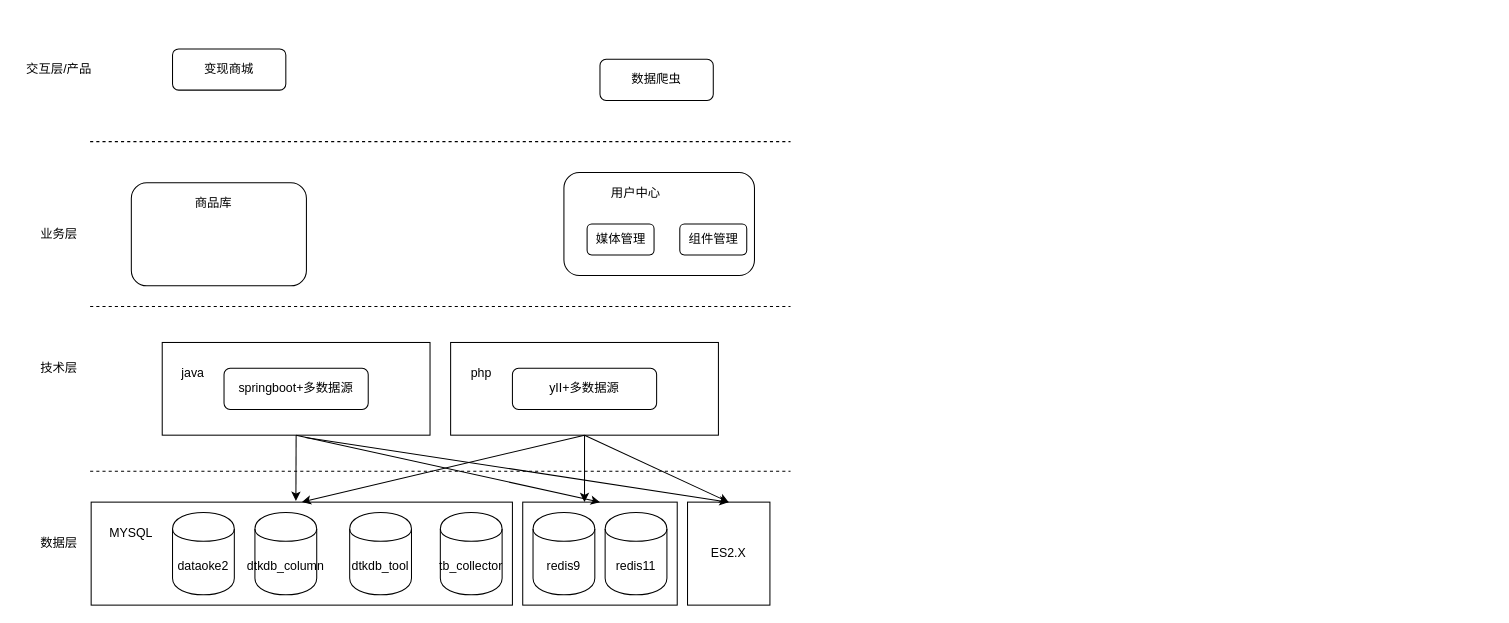
Before: 1.drawio in sevenDay2014/dtk, a draw.io diagram. Source tidied: cells renumbered, new cells numbered last; positions are measured from the earlier drawing's top-left corner, leaving out a move shared by most shapes. Both pictures are drawn from the tidied source at 103%, with x=0, y=0 at pixel (18, 48).
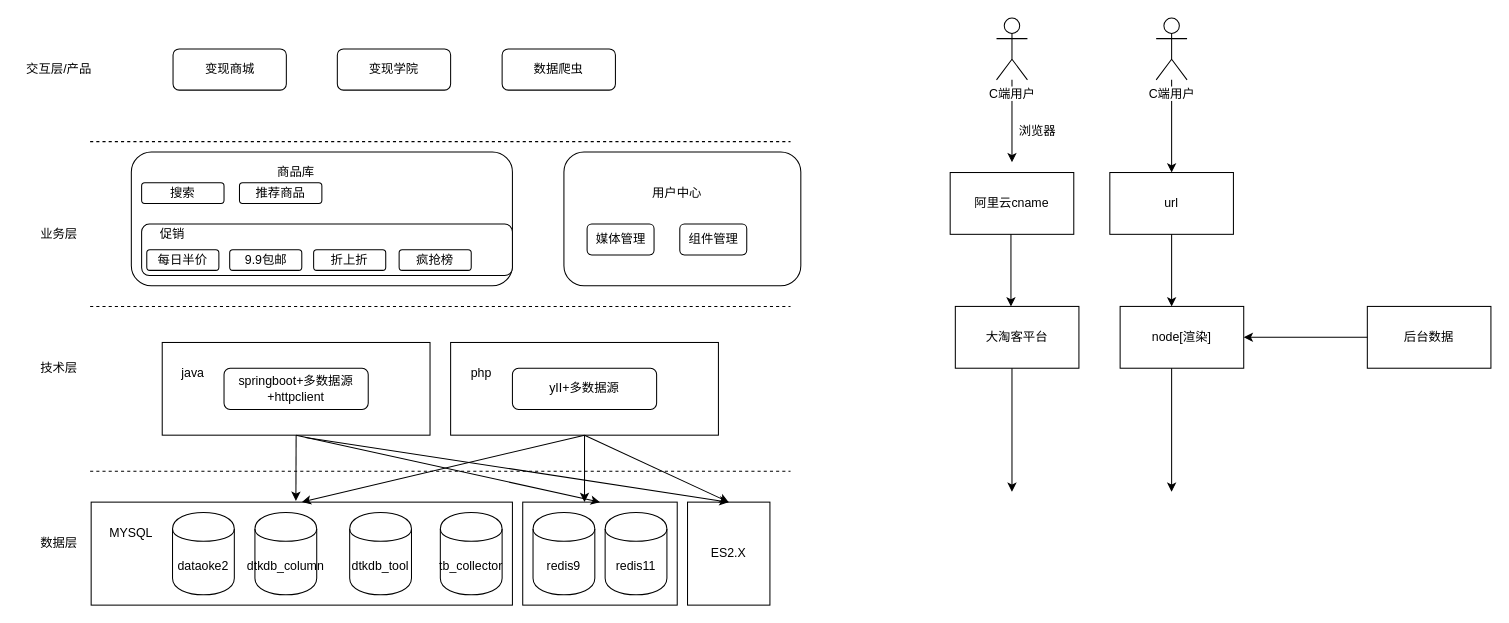
The same page after the edit.

Commit message:
v1.0.0-feature:cname的解析

What changed in the source:
```diff
@@
     <mxCell id="13" value="数据爬虫" style="rounded=1;whiteSpace=wrap;html=1;" parent="1" vertex="1">
-      <mxGeometry x="565" y="10" width="110" height="40" as="geometry" />
+      <mxGeometry x="470" width="110" height="40" as="geometry" />
     </mxCell>
     <mxCell id="14" value="变现商城" style="rounded=1;whiteSpace=wrap;html=1;" parent="1" vertex="1">
-      <mxGeometry x="150" width="110" height="40" as="geometry" />
+      <mxGeometry x="150.5" width="110" height="40" as="geometry" />
     </mxCell>
     <mxCell id="15" style="rounded=1;whiteSpace=wrap;html=1;" parent="1" vertex="1">
-      <mxGeometry x="530" y="120" width="185" height="100" as="geometry" />
+      <mxGeometry x="530" y="100" width="230" height="130" as="geometry" />
     </mxCell>
@@
-    <mxCell id="19" value="springboot+多数据源" style="rounded=1;whiteSpace=wrap;html=1;" parent="1" vertex="1">
+    <mxCell id="19" value="springboot+多数据源+httpclient" style="rounded=1;whiteSpace=wrap;html=1;" parent="1" vertex="1">
       <mxGeometry x="200" y="310" width="140" height="40" as="geometry" />
     </mxCell>
@@
     <mxCell id="27" style="rounded=1;whiteSpace=wrap;html=1;labelPosition=center;verticalLabelPosition=middle;align=center;verticalAlign=middle;" parent="1" vertex="1">
-      <mxGeometry x="110" y="130" width="170" height="100" as="geometry" />
+      <mxGeometry x="110" y="100" width="370" height="130" as="geometry" />
     </mxCell>
@@
     <mxCell id="35" value="商品库" style="text;html=1;strokeColor=none;fillColor=none;align=center;verticalAlign=middle;whiteSpace=wrap;rounded=0;" parent="1" vertex="1">
-      <mxGeometry x="170" y="140" width="40" height="20" as="geometry" />
+      <mxGeometry x="250" y="110" width="40" height="20" as="geometry" />
     </mxCell>
     <mxCell id="36" value="用户中心" style="text;html=1;strokeColor=none;fillColor=none;align=center;verticalAlign=middle;whiteSpace=wrap;rounded=0;" parent="1" vertex="1">
-      <mxGeometry x="570" y="130" width="60" height="20" as="geometry" />
+      <mxGeometry x="610" y="130" width="60" height="20" as="geometry" />
     </mxCell>
@@
+    <mxCell id="39" value="变现学院" style="rounded=1;whiteSpace=wrap;html=1;" parent="1" vertex="1">
+      <mxGeometry x="310" width="110" height="40" as="geometry" />
+    </mxCell>
+    <mxCell id="40" value="搜索" style="rounded=1;whiteSpace=wrap;html=1;" parent="1" vertex="1">
+      <mxGeometry x="120" y="130" width="80" height="20" as="geometry" />
+    </mxCell>
+    <mxCell id="41" style="rounded=1;whiteSpace=wrap;html=1;" parent="1" vertex="1">
+      <mxGeometry x="120" y="170" width="360" height="50" as="geometry" />
+    </mxCell>
+    <mxCell id="42" value="促销" style="text;html=1;strokeColor=none;fillColor=none;align=center;verticalAlign=middle;whiteSpace=wrap;rounded=0;" parent="1" vertex="1">
+      <mxGeometry x="130" y="170" width="40" height="20" as="geometry" />
+    </mxCell>
+    <mxCell id="43" value="每日半价" style="rounded=1;whiteSpace=wrap;html=1;" parent="1" vertex="1">
+      <mxGeometry x="125" y="195" width="70" height="20" as="geometry" />
+    </mxCell>
+    <mxCell id="44" value="9.9包邮" style="rounded=1;whiteSpace=wrap;html=1;" parent="1" vertex="1">
+      <mxGeometry x="205.5" y="195" width="70" height="20" as="geometry" />
+    </mxCell>
+    <mxCell id="45" value="折上折" style="rounded=1;whiteSpace=wrap;html=1;" parent="1" vertex="1">
+      <mxGeometry x="287" y="195" width="70" height="20" as="geometry" />
+    </mxCell>
+    <mxCell id="46" value="疯抢榜" style="rounded=1;whiteSpace=wrap;html=1;" parent="1" vertex="1">
+      <mxGeometry x="370" y="195" width="70" height="20" as="geometry" />
+    </mxCell>
+    <mxCell id="47" value="推荐商品" style="rounded=1;whiteSpace=wrap;html=1;" parent="1" vertex="1">
+      <mxGeometry x="215" y="130" width="80" height="20" as="geometry" />
+    </mxCell>
+    <mxCell id="48" style="edgeStyle=orthogonalEdgeStyle;rounded=0;jettySize=auto;html=1;" parent="1" edge="1" source="49">
+      <mxGeometry relative="1" as="geometry">
+        <mxPoint x="965" y="110" as="targetPoint" />
+      </mxGeometry>
+    </mxCell>
+    <mxCell id="49" value="C端用户" style="shape=umlActor;verticalLabelPosition=bottom;labelBackgroundColor=#ffffff;verticalAlign=top;html=1;outlineConnect=0;" parent="1" vertex="1">
+      <mxGeometry x="950" y="-30" width="30" height="60" as="geometry" />
+    </mxCell>
+    <mxCell id="50" value="阿里云cname" style="rounded=0;whiteSpace=wrap;html=1;" parent="1" vertex="1">
+      <mxGeometry x="905" y="120" width="120" height="60" as="geometry" />
+    </mxCell>
+    <mxCell id="51" value="浏览器" style="text;html=1;strokeColor=none;fillColor=none;align=center;verticalAlign=middle;whiteSpace=wrap;rounded=0;" parent="1" vertex="1">
+      <mxGeometry x="970" y="70" width="40" height="20" as="geometry" />
+    </mxCell>
+    <mxCell id="52" value="大淘客平台" style="rounded=0;whiteSpace=wrap;html=1;" parent="1" vertex="1">
+      <mxGeometry x="910" y="250" width="120" height="60" as="geometry" />
+    </mxCell>
+    <mxCell id="53" style="edgeStyle=orthogonalEdgeStyle;rounded=0;orthogonalLoop=1;jettySize=auto;html=1;" parent="1" edge="1">
+      <mxGeometry relative="1" as="geometry">
+        <mxPoint x="964" y="180" as="sourcePoint" />
+        <mxPoint x="964" y="250" as="targetPoint" />
+      </mxGeometry>
+    </mxCell>
+    <mxCell id="54" value="url" style="rounded=0;whiteSpace=wrap;html=1;" parent="1" vertex="1">
+      <mxGeometry x="1060" y="120" width="120" height="60" as="geometry" />
+    </mxCell>
+    <mxCell id="55" style="edgeStyle=orthogonalEdgeStyle;rounded=0;jettySize=auto;html=1;" parent="1" edge="1" source="56">
+      <mxGeometry relative="1" as="geometry">
+        <mxPoint x="1120" y="120" as="targetPoint" />
+      </mxGeometry>
+    </mxCell>
+    <mxCell id="56" value="C端用户" style="shape=umlActor;verticalLabelPosition=bottom;labelBackgroundColor=#ffffff;verticalAlign=top;html=1;outlineConnect=0;" parent="1" vertex="1">
+      <mxGeometry x="1105" y="-30" width="30" height="60" as="geometry" />
+    </mxCell>
+    <mxCell id="57" value="node[渲染]" style="rounded=0;whiteSpace=wrap;html=1;" parent="1" vertex="1">
+      <mxGeometry x="1070" y="250" width="120" height="60" as="geometry" />
+    </mxCell>
+    <mxCell id="58" value="后台数据" style="rounded=0;whiteSpace=wrap;html=1;" parent="1" vertex="1">
+      <mxGeometry x="1310" y="250" width="120" height="60" as="geometry" />
+    </mxCell>
+    <mxCell id="59" style="edgeStyle=orthogonalEdgeStyle;rounded=0;jettySize=auto;html=1;entryX=1;entryY=0.5;entryDx=0;entryDy=0;exitX=0;exitY=0.5;exitDx=0;exitDy=0;" parent="1" edge="1" source="58" target="57">
+      <mxGeometry relative="1" as="geometry" />
+    </mxCell>
+    <mxCell id="60" style="edgeStyle=orthogonalEdgeStyle;rounded=0;orthogonalLoop=1;jettySize=auto;html=1;" parent="1" edge="1">
+      <mxGeometry relative="1" as="geometry">
+        <mxPoint x="1120" y="180" as="sourcePoint" />
+        <mxPoint x="1120" y="250" as="targetPoint" />
+        <Array as="points">
+          <mxPoint x="1120" y="210" />
+          <mxPoint x="1120" y="210" />
+        </Array>
+      </mxGeometry>
+    </mxCell>
+    <mxCell id="61" style="edgeStyle=orthogonalEdgeStyle;rounded=0;orthogonalLoop=1;jettySize=auto;html=1;" parent="1" edge="1">
+      <mxGeometry relative="1" as="geometry">
+        <mxPoint x="965" y="310" as="sourcePoint" />
+        <mxPoint x="965" y="430" as="targetPoint" />
+      </mxGeometry>
+    </mxCell>
+    <mxCell id="62" style="edgeStyle=orthogonalEdgeStyle;rounded=0;orthogonalLoop=1;jettySize=auto;html=1;" parent="1" edge="1">
+      <mxGeometry relative="1" as="geometry">
+        <mxPoint x="1120" y="310" as="sourcePoint" />
+        <mxPoint x="1120" y="430" as="targetPoint" />
+      </mxGeometry>
+    </mxCell>
```
